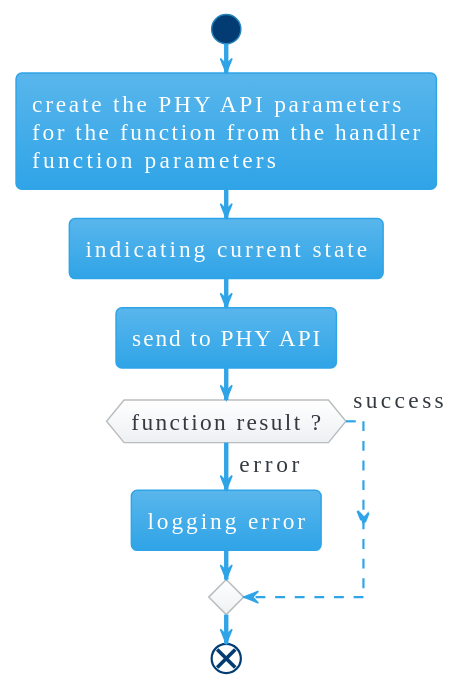
Terrazed/bachelor-project_dect-nr-plus-harq keeps this PlantUML diagram as doc/diagrams/phy_handler_basic_function.svg. Above is the earlier version. The source it was exported from:
```plantuml
@startuml
!theme cerulean
skinparam DefaultFontSize 16
skinparam defaultFontName Gotham Black

start
:create the PHY API parameters
for the function from the handler
function parameters;
:indicating current state;
:send to PHY API;
if (function result ?) then (success)
    -[dashed]->
else (error)
    :logging error;
endif
end
@enduml
```
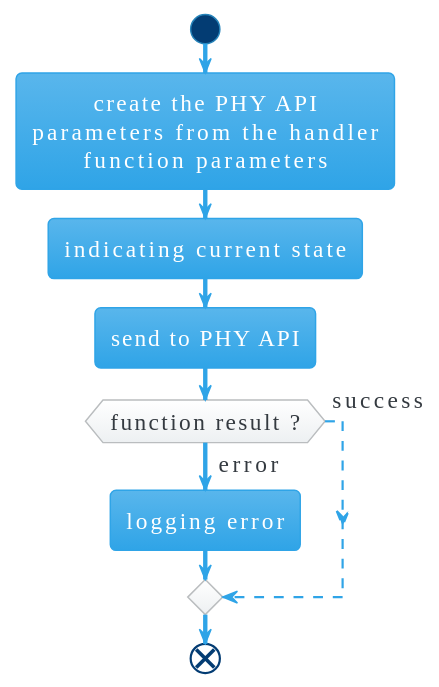
Above is the later version.

Change to the diagram source:
```diff
@@ -3,9 +3,11 @@
 skinparam DefaultFontSize 16
 skinparam defaultFontName Gotham Black
 
+skinparam defaultTextAlignment center
+
 start
-:create the PHY API parameters
-for the function from the handler
+:create the PHY API
+parameters from the handler
 function parameters;
 :indicating current state;
 :send to PHY API;
```
